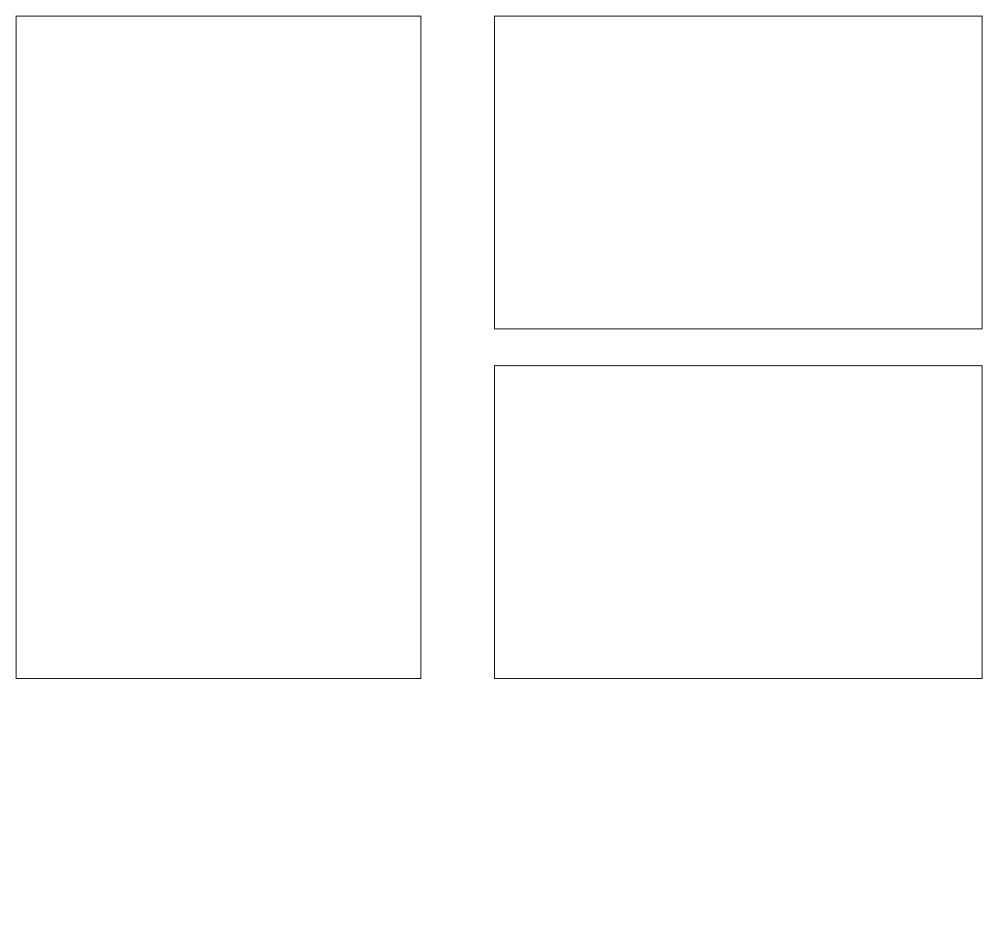
This is .gitbook/assets/self_service_portal.drawio from OpenG2P/openg2p-documentation, a draw.io file, before an edit. Source tidied: cells renumbered, new cells numbered last; positions are measured from the earlier drawing's top-left corner, leaving out a move shared by most shapes. Both pictures are drawn from the tidied source at 92%, with x=0, y=0 at pixel (16, 16).
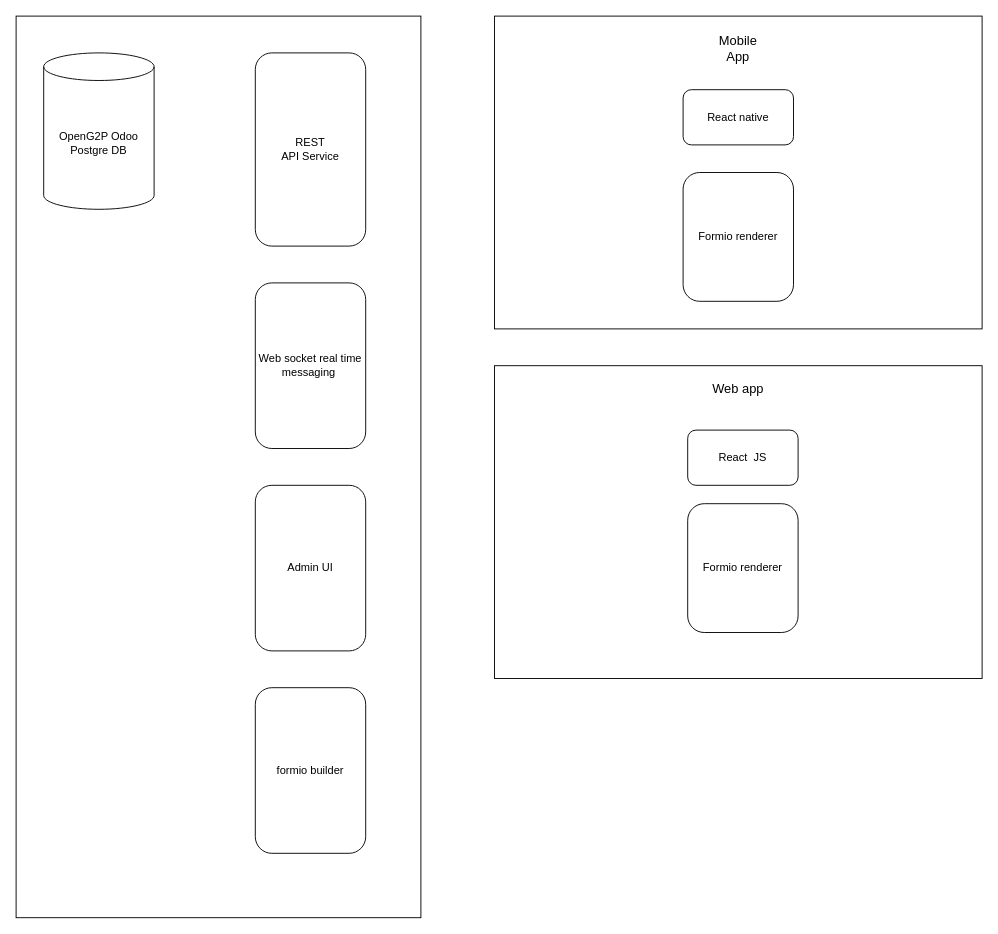
Above is the later version.

Diff of the diagram source:
```diff
@@
 <mxGraphModel>
   <root>
     <mxCell id="0" />
     <mxCell id="1" parent="0" />
     <mxCell id="2" style="rounded=0;whiteSpace=wrap;html=1;" parent="1" vertex="1">
-      <mxGeometry width="440" height="720" as="geometry" />
+      <mxGeometry width="440" height="980" as="geometry" />
     </mxCell>
     <mxCell id="3" style="rounded=0;whiteSpace=wrap;html=1;" parent="1" vertex="1">
       <mxGeometry x="520" width="530" height="340" as="geometry" />
     </mxCell>
     <mxCell id="4" style="rounded=0;whiteSpace=wrap;html=1;" parent="1" vertex="1">
       <mxGeometry x="520" y="380" width="530" height="340" as="geometry" />
     </mxCell>
+    <mxCell id="5" value="OpenG2P Odoo &lt;br&gt;Postgre DB" style="shape=cylinder3;whiteSpace=wrap;html=1;boundedLbl=1;backgroundOutline=1;size=15;" parent="1" vertex="1">
+      <mxGeometry x="30" y="40" width="120" height="170" as="geometry" />
+    </mxCell>
+    <mxCell id="6" value="REST &lt;br&gt;API Service" style="rounded=1;whiteSpace=wrap;html=1;" parent="1" vertex="1">
+      <mxGeometry x="260" y="40" width="120" height="210" as="geometry" />
+    </mxCell>
+    <mxCell id="7" value="Web socket real time messaging&amp;nbsp;" style="rounded=1;whiteSpace=wrap;html=1;" parent="1" vertex="1">
+      <mxGeometry x="260" y="290" width="120" height="180" as="geometry" />
+    </mxCell>
+    <mxCell id="8" value="Mobile App" style="text;html=1;strokeColor=none;fillColor=none;align=center;verticalAlign=middle;whiteSpace=wrap;rounded=0;fontSize=14;" parent="1" vertex="1">
+      <mxGeometry x="755" y="20" width="60" height="30" as="geometry" />
+    </mxCell>
+    <mxCell id="9" value="Web app" style="text;html=1;strokeColor=none;fillColor=none;align=center;verticalAlign=middle;whiteSpace=wrap;rounded=0;fontSize=14;" parent="1" vertex="1">
+      <mxGeometry x="755" y="390" width="60" height="30" as="geometry" />
+    </mxCell>
+    <mxCell id="10" value="React native" style="rounded=1;whiteSpace=wrap;html=1;" parent="1" vertex="1">
+      <mxGeometry x="725" y="80" width="120" height="60" as="geometry" />
+    </mxCell>
+    <mxCell id="11" value="React&amp;nbsp; JS" style="rounded=1;whiteSpace=wrap;html=1;" parent="1" vertex="1">
+      <mxGeometry x="730" y="450" width="120" height="60" as="geometry" />
+    </mxCell>
+    <mxCell id="12" value="Admin UI" style="rounded=1;whiteSpace=wrap;html=1;" parent="1" vertex="1">
+      <mxGeometry x="260" y="510" width="120" height="180" as="geometry" />
+    </mxCell>
+    <mxCell id="13" value="formio builder" style="rounded=1;whiteSpace=wrap;html=1;" parent="1" vertex="1">
+      <mxGeometry x="260" y="730" width="120" height="180" as="geometry" />
+    </mxCell>
+    <mxCell id="14" value="Formio renderer" style="rounded=1;whiteSpace=wrap;html=1;" parent="1" vertex="1">
+      <mxGeometry x="730" y="530" width="120" height="140" as="geometry" />
+    </mxCell>
+    <mxCell id="15" value="Formio renderer" style="rounded=1;whiteSpace=wrap;html=1;" parent="1" vertex="1">
+      <mxGeometry x="725" y="170" width="120" height="140" as="geometry" />
+    </mxCell>
   </root>
 </mxGraphModel>
```
